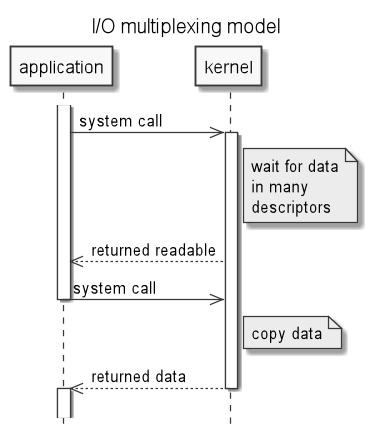
c0p4c4b4n4/demo-sockets-io-nio-nio2 keeps this PlantUML diagram as .images/IO_multiplexing_model.png. Above is the earlier version.
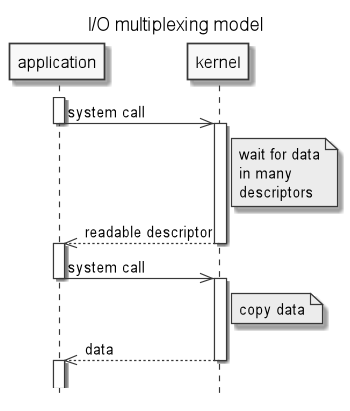
After the commit.

The edit, as a diff of the source:
```diff
@@ -5,13 +5,17 @@
 skinparam titleFontSize 16
 activate application
 application->>kernel: system call
+deactivate application
 activate kernel
 Note right of kernel: wait for data\nin many\ndescriptors
-kernel-->>application: returned readable
+kernel-->>application: readable descriptor
+deactivate kernel
+activate application
 application->>kernel: system call
 deactivate application
+activate kernel
 Note right of kernel: copy data
-kernel-->>application: returned data
+kernel-->>application: data
 deactivate kernel
 activate application
 ||15||
```
